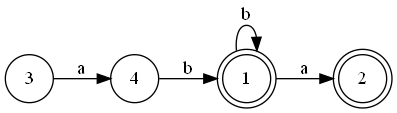
Before: output/min-dfa/min-dfa.gv.png, a diagram exported from Graphviz (ZiadSheriif/AutoMajestic). Its source is kept beside it as output/min-dfa/min-dfa.gv.
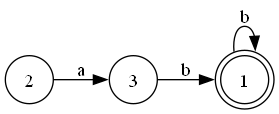
Above is the later version.

What changed in the source:
```diff
@@ -1,11 +1,9 @@
 digraph MIN_DFA {
 	1 [shape=doublecircle]
-	1 -> 2 [label=a]
 	1 -> 1 [label=b]
+	2 [shape=circle]
+	2 -> 3 [label=a]
 	3 [shape=circle]
-	3 -> 4 [label=a]
-	4 [shape=circle]
-	4 -> 1 [label=b]
-	2 [shape=doublecircle]
+	3 -> 1 [label=b]
 	rankdir=LR
 }
```
